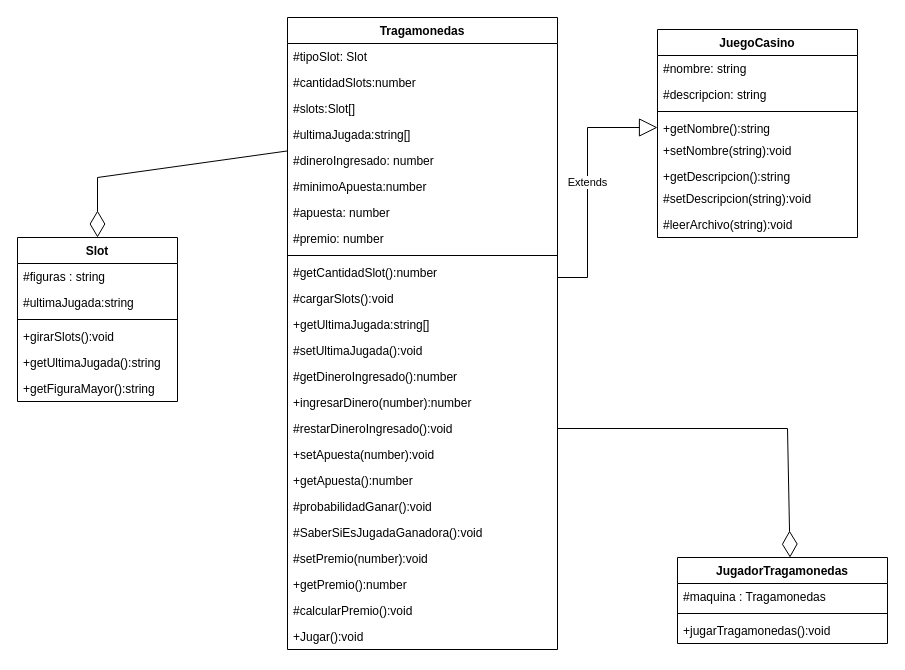
Above: page "TRAGAMONEDAS3" (2 of 6) of MaquinaTragamonedas.drawio in gceballos23/Casino (draw.io), before the change. Source tidied: cells renumbered, new cells numbered last; positions are measured from the earlier drawing's top-left corner, leaving out a move shared by most shapes. Both pictures are drawn from the tidied source at 100%, with x=0, y=0 at pixel (17, 17).
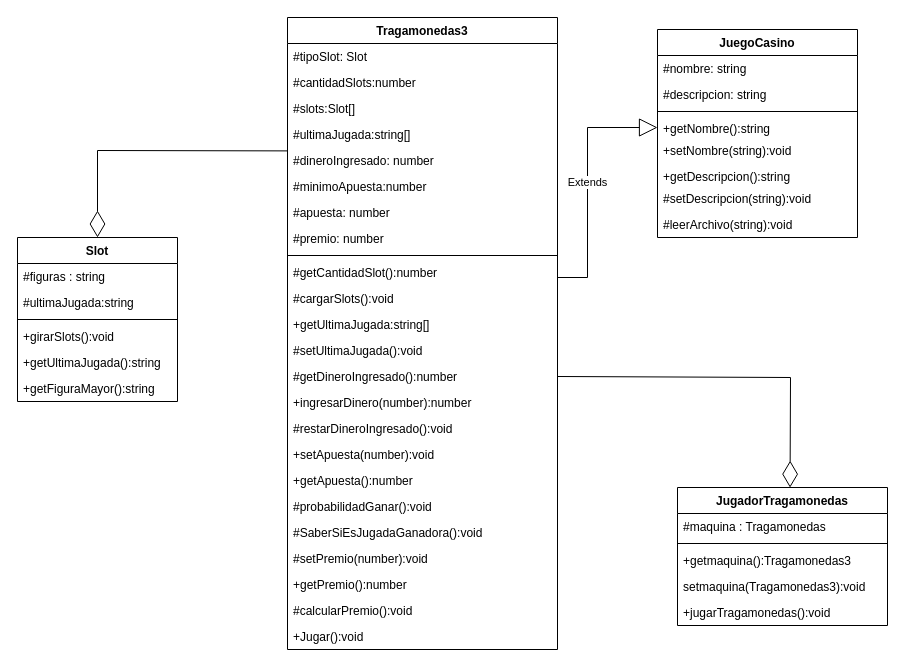
Above is the later version.

Commit message:
modificacion uml

Unchanged cells that the change refers to:
```xml
<mxCell id="2" value="Slot" style="swimlane;fontStyle=1;align=center;verticalAlign=top;horizontal=1;startSize=26;" parent="1" vertex="1">
  <mxGeometry y="220" width="160" height="164" as="geometry" />
</mxCell>
<mxCell id="23" value="#getDineroIngresado():number" style="text;strokeColor=none;fillColor=none;align=left;verticalAlign=top;spacingLeft=4;spacingRight=4;overflow=hidden;points=[[0,0.5],[1,0.5]];portConstraint=eastwest;" parent="9" vertex="1">
  <mxGeometry y="346" width="270" height="26" as="geometry" />
</mxCell>
<mxCell id="25" value="#restarDineroIngresado():void" style="text;strokeColor=none;fillColor=none;align=left;verticalAlign=top;spacingLeft=4;spacingRight=4;overflow=hidden;points=[[0,0.5],[1,0.5]];portConstraint=eastwest;" parent="9" vertex="1">
  <mxGeometry y="398" width="270" height="26" as="geometry" />
</mxCell>
```

The edit, as a diff of the source:
```diff
@@
-    <mxCell id="9" value="Tragamonedas" style="swimlane;fontStyle=1;align=center;verticalAlign=top;horizontal=1;startSize=26;" parent="1" vertex="1">
+    <mxCell id="9" value="Tragamonedas3" style="swimlane;fontStyle=1;align=center;verticalAlign=top;horizontal=1;startSize=26;" parent="1" vertex="1">
       <mxGeometry x="270" width="270" height="632" as="geometry" />
     </mxCell>
@@
     <mxCell id="34" value="JugadorTragamonedas" style="swimlane;fontStyle=1;align=center;verticalAlign=top;horizontal=1;startSize=26;" parent="1" vertex="1">
-      <mxGeometry x="660" y="540" width="210" height="86" as="geometry" />
+      <mxGeometry x="660" y="470" width="210" height="138" as="geometry" />
     </mxCell>
@@
-    <mxCell id="37" value="+jugarTragamonedas():void" style="text;strokeColor=none;fillColor=none;align=left;verticalAlign=top;spacingLeft=4;spacingRight=4;overflow=hidden;" parent="34" vertex="1">
+    <mxCell id="37" value="+getmaquina():Tragamonedas3" style="text;strokeColor=none;fillColor=none;align=left;verticalAlign=top;spacingLeft=4;spacingRight=4;overflow=hidden;" parent="34" vertex="1">
       <mxGeometry y="60" width="210" height="26" as="geometry" />
     </mxCell>
+    <mxCell id="50" value="setmaquina(Tragamonedas3):void" style="text;strokeColor=none;fillColor=none;align=left;verticalAlign=top;spacingLeft=4;spacingRight=4;overflow=hidden;" parent="34" vertex="1">
+      <mxGeometry y="86" width="210" height="26" as="geometry" />
+    </mxCell>
+    <mxCell id="51" value="+jugarTragamonedas():void" style="text;strokeColor=none;fillColor=none;align=left;verticalAlign=top;spacingLeft=4;spacingRight=4;overflow=hidden;" parent="34" vertex="1">
+      <mxGeometry y="112" width="210" height="26" as="geometry" />
+    </mxCell>
     <mxCell id="38" style="endArrow=diamondThin;endFill=0;endSize=24;html=1;rounded=0;exitX=0.001;exitY=0.131;exitDx=0;exitDy=0;exitPerimeter=0;entryX=0.5;entryY=0;entryDx=0;entryDy=0;" parent="1" edge="1" target="2">
       <mxGeometry relative="1" as="geometry">
         <mxPoint x="270.3" y="133.4" as="sourcePoint" />
         <Array as="points">
-          <mxPoint x="80" y="160" />
+          <mxPoint x="80" y="133" />
         </Array>
       </mxGeometry>
     </mxCell>
-    <mxCell id="39" style="endArrow=diamondThin;endFill=0;endSize=24;html=1;rounded=0;entryX=0.536;entryY=0.001;entryDx=0;entryDy=0;exitX=1;exitY=0.5;exitDx=0;exitDy=0;entryPerimeter=0;" parent="1" edge="1" source="25" target="34">
+    <mxCell id="39" style="endArrow=diamondThin;endFill=0;endSize=24;html=1;rounded=0;entryX=0.536;entryY=0.001;entryDx=0;entryDy=0;exitX=1;exitY=0.5;exitDx=0;exitDy=0;entryPerimeter=0;" parent="1" edge="1" source="23" target="34">
       <mxGeometry relative="1" as="geometry">
         <Array as="points">
-          <mxPoint x="770" y="411" />
+          <mxPoint x="773" y="360" />
         </Array>
       </mxGeometry>
     </mxCell>
```
